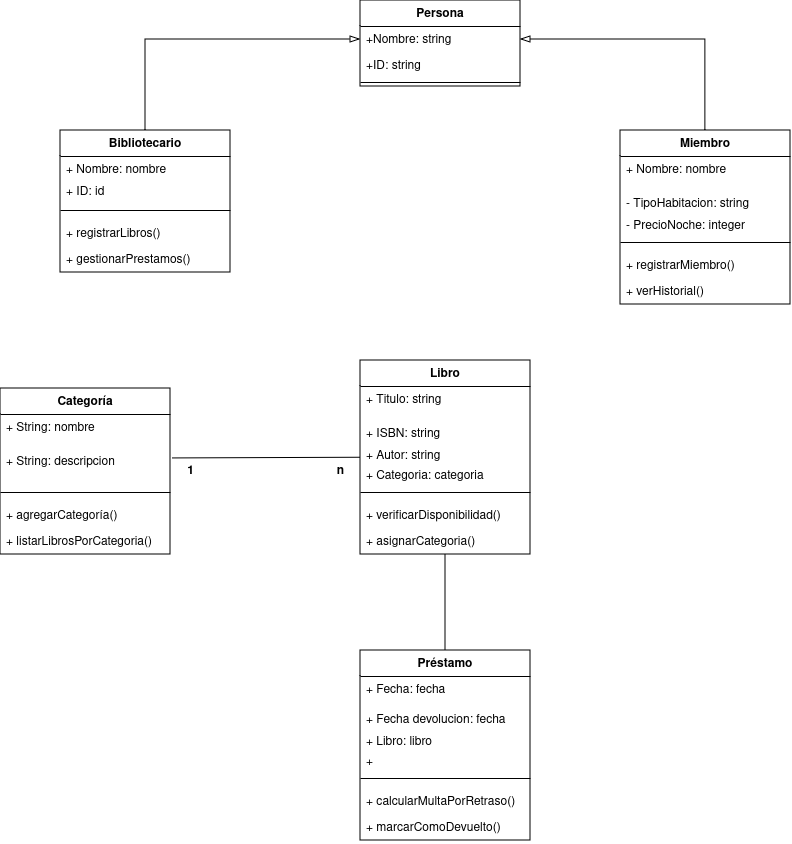
Above: Diagrama de clases 2.drawio.png in Cdiagal/Realizaci-n-del-diagrama-de-clases (draw.io), before the change. Source tidied: cells renumbered, new cells last; positions are measured from the earlier drawing's top-left corner, leaving out a move shared by most shapes.
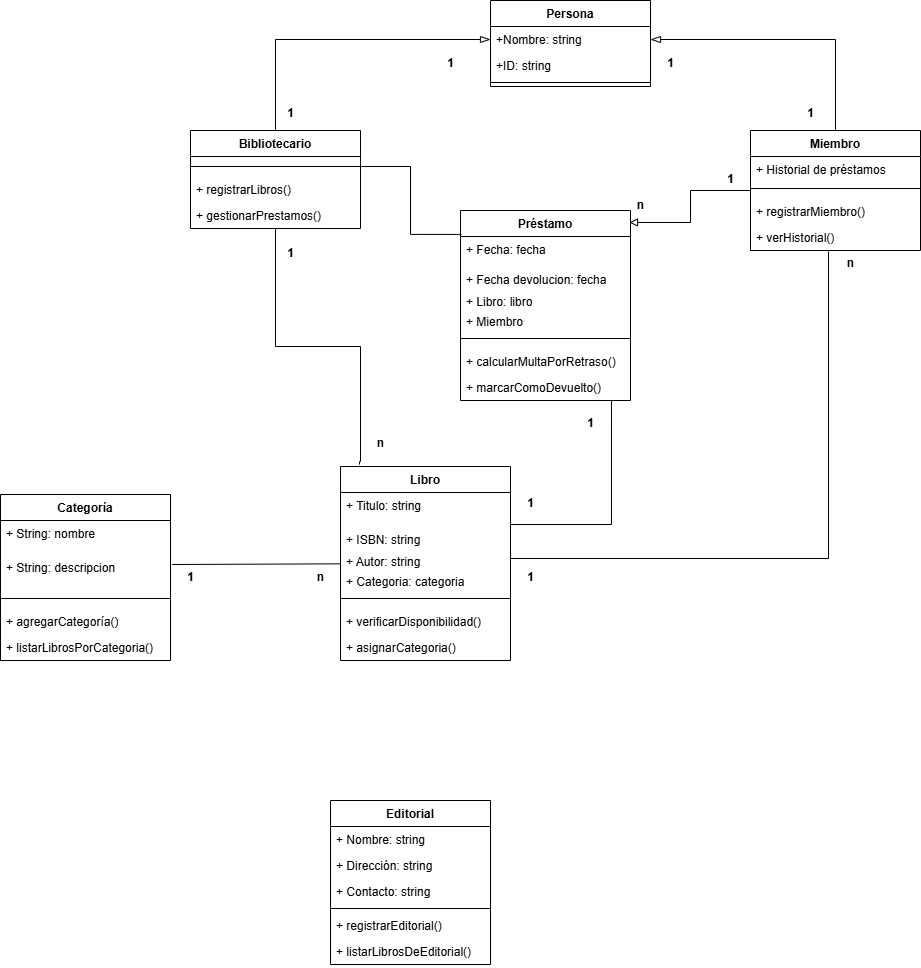
Later version of the same file.

What changed in the source:
```diff
@@ -3,7 +3,7 @@
     <mxCell id="0" />
     <mxCell id="1" parent="0" />
     <mxCell id="2" value="Libro" style="swimlane;fontStyle=1;align=center;verticalAlign=top;horizontal=1;startSize=26;whiteSpace=wrap;html=1;" parent="1" vertex="1">
-      <mxGeometry x="360" y="360" width="170" height="194" as="geometry" />
+      <mxGeometry x="210" y="466" width="170" height="194" as="geometry" />
     </mxCell>
     <mxCell id="3" value="+ Titulo: string" style="text;strokeColor=none;fillColor=none;align=left;verticalAlign=top;spacingLeft=4;spacingRight=4;overflow=hidden;whiteSpace=wrap;html=1;" parent="2" vertex="1">
       <mxGeometry y="26" width="170" height="34" as="geometry" />
@@ -27,28 +27,22 @@
       <mxGeometry y="168" width="170" height="26" as="geometry" />
     </mxCell>
     <mxCell id="10" value="Miembro" style="swimlane;fontStyle=1;align=center;verticalAlign=top;horizontal=1;startSize=26;whiteSpace=wrap;html=1;" parent="1" vertex="1">
-      <mxGeometry x="620" y="130" width="170" height="174" as="geometry" />
+      <mxGeometry x="620" y="130" width="170" height="120" as="geometry" />
     </mxCell>
-    <mxCell id="11" value="+ Nombre: nombre" style="text;strokeColor=none;fillColor=none;align=left;verticalAlign=top;spacingLeft=4;spacingRight=4;overflow=hidden;whiteSpace=wrap;html=1;" parent="10" vertex="1">
-      <mxGeometry y="26" width="170" height="34" as="geometry" />
-    </mxCell>
-    <mxCell id="12" value="- TipoHabitacion: string" style="text;strokeColor=none;fillColor=none;align=left;verticalAlign=top;spacingLeft=4;spacingRight=4;overflow=hidden;whiteSpace=wrap;html=1;" parent="10" vertex="1">
-      <mxGeometry y="60" width="170" height="22" as="geometry" />
+    <mxCell id="12" value="+ Historial de préstamos" style="text;strokeColor=none;fillColor=none;align=left;verticalAlign=top;spacingLeft=4;spacingRight=4;overflow=hidden;whiteSpace=wrap;html=1;" parent="10" vertex="1">
+      <mxGeometry y="26" width="170" height="22" as="geometry" />
     </mxCell>
-    <mxCell id="13" value="- PrecioNoche: integer" style="text;strokeColor=none;fillColor=none;align=left;verticalAlign=top;spacingLeft=4;spacingRight=4;overflow=hidden;whiteSpace=wrap;html=1;" parent="10" vertex="1">
-      <mxGeometry y="82" width="170" height="20" as="geometry" />
-    </mxCell>
     <mxCell id="14" style="line;strokeWidth=1;fillColor=none;align=left;verticalAlign=middle;spacingTop=-1;spacingLeft=3;spacingRight=3;labelPosition=right;strokeColor=inherit;" parent="10" vertex="1">
-      <mxGeometry y="102" width="170" height="20" as="geometry" />
+      <mxGeometry y="48" width="170" height="20" as="geometry" />
     </mxCell>
     <mxCell id="15" value="+ registrarMiembro()" style="text;strokeColor=none;fillColor=none;align=left;verticalAlign=top;spacingLeft=4;spacingRight=4;overflow=hidden;whiteSpace=wrap;html=1;" parent="10" vertex="1">
-      <mxGeometry y="122" width="170" height="26" as="geometry" />
+      <mxGeometry y="68" width="170" height="26" as="geometry" />
     </mxCell>
     <mxCell id="16" value="+ verHistorial()" style="text;strokeColor=none;fillColor=none;align=left;verticalAlign=top;spacingLeft=4;spacingRight=4;overflow=hidden;points=[[0,0.5],[1,0.5]];portConstraint=eastwest;whiteSpace=wrap;html=1;" parent="10" vertex="1">
-      <mxGeometry y="148" width="170" height="26" as="geometry" />
+      <mxGeometry y="94" width="170" height="26" as="geometry" />
     </mxCell>
     <mxCell id="17" value="Préstamo" style="swimlane;fontStyle=1;align=center;verticalAlign=top;horizontal=1;startSize=26;whiteSpace=wrap;html=1;" parent="1" vertex="1">
-      <mxGeometry x="360" y="650" width="170" height="190" as="geometry" />
+      <mxGeometry x="330" y="210" width="170" height="190" as="geometry" />
     </mxCell>
     <mxCell id="18" value="&lt;div&gt;+ Fecha: fecha&lt;br&gt;&lt;/div&gt;&lt;div&gt;&lt;br&gt;&lt;/div&gt;" style="text;strokeColor=none;fillColor=none;align=left;verticalAlign=top;spacingLeft=4;spacingRight=4;overflow=hidden;whiteSpace=wrap;html=1;" parent="17" vertex="1">
       <mxGeometry y="26" width="170" height="30" as="geometry" />
@@ -59,7 +53,7 @@
     <mxCell id="20" value="+ Libro: libro" style="text;strokeColor=none;fillColor=none;align=left;verticalAlign=top;spacingLeft=4;spacingRight=4;overflow=hidden;whiteSpace=wrap;html=1;" parent="17" vertex="1">
       <mxGeometry y="78" width="170" height="20" as="geometry" />
     </mxCell>
-    <mxCell id="21" value="+" style="text;strokeColor=none;fillColor=none;align=left;verticalAlign=top;spacingLeft=4;spacingRight=4;overflow=hidden;whiteSpace=wrap;html=1;" parent="17" vertex="1">
+    <mxCell id="21" value="+ Miembro" style="text;strokeColor=none;fillColor=none;align=left;verticalAlign=top;spacingLeft=4;spacingRight=4;overflow=hidden;whiteSpace=wrap;html=1;" parent="17" vertex="1">
       <mxGeometry y="98" width="170" height="20" as="geometry" />
     </mxCell>
     <mxCell id="22" style="line;strokeWidth=1;fillColor=none;align=left;verticalAlign=middle;spacingTop=-1;spacingLeft=3;spacingRight=3;labelPosition=right;strokeColor=inherit;" parent="17" vertex="1">
@@ -75,25 +69,30 @@
       <mxGeometry relative="1" as="geometry" />
     </mxCell>
     <mxCell id="26" value="Bibliotecario" style="swimlane;fontStyle=1;align=center;verticalAlign=top;horizontal=1;startSize=26;whiteSpace=wrap;html=1;" parent="1" vertex="1">
-      <mxGeometry x="60" y="130" width="170" height="142" as="geometry" />
+      <mxGeometry x="60" y="130" width="170" height="98" as="geometry" />
     </mxCell>
-    <mxCell id="27" value="&lt;div&gt;+ Nombre: nombre&lt;/div&gt;&lt;div&gt;&lt;br&gt;&lt;/div&gt;" style="text;strokeColor=none;fillColor=none;align=left;verticalAlign=top;spacingLeft=4;spacingRight=4;overflow=hidden;whiteSpace=wrap;html=1;" parent="26" vertex="1">
-      <mxGeometry y="26" width="170" height="22" as="geometry" />
-    </mxCell>
-    <mxCell id="28" value="+ ID: id" style="text;strokeColor=none;fillColor=none;align=left;verticalAlign=top;spacingLeft=4;spacingRight=4;overflow=hidden;whiteSpace=wrap;html=1;" parent="26" vertex="1">
-      <mxGeometry y="48" width="170" height="22" as="geometry" />
-    </mxCell>
     <mxCell id="29" style="line;strokeWidth=1;fillColor=none;align=left;verticalAlign=middle;spacingTop=-1;spacingLeft=3;spacingRight=3;labelPosition=right;points=[];portConstraint=eastwest;strokeColor=inherit;" parent="26" vertex="1">
-      <mxGeometry y="70" width="170" height="20" as="geometry" />
+      <mxGeometry y="26" width="170" height="20" as="geometry" />
     </mxCell>
     <mxCell id="30" value="+ registrarLibros()" style="text;strokeColor=none;fillColor=none;align=left;verticalAlign=top;spacingLeft=4;spacingRight=4;overflow=hidden;whiteSpace=wrap;html=1;" parent="26" vertex="1">
-      <mxGeometry y="90" width="170" height="26" as="geometry" />
+      <mxGeometry y="46" width="170" height="26" as="geometry" />
     </mxCell>
     <mxCell id="31" value="+ gestionarPrestamos()" style="text;strokeColor=none;fillColor=none;align=left;verticalAlign=top;spacingLeft=4;spacingRight=4;overflow=hidden;whiteSpace=wrap;html=1;" parent="26" vertex="1">
-      <mxGeometry y="116" width="170" height="26" as="geometry" />
+      <mxGeometry y="72" width="170" height="26" as="geometry" />
     </mxCell>
+    <mxCell id="47" style="edgeStyle=orthogonalEdgeStyle;rounded=0;jettySize=auto;html=1;entryX=0.5;entryY=1.038;entryDx=0;entryDy=0;entryPerimeter=0;endArrow=none;endFill=0;exitX=0.112;exitY=-0.01;exitDx=0;exitDy=0;exitPerimeter=0;" parent="1" edge="1" source="2">
+      <mxGeometry relative="1" as="geometry">
+        <mxPoint x="145" y="228" as="targetPoint" />
+        <Array as="points">
+          <mxPoint x="229" y="461" />
+          <mxPoint x="230" y="461" />
+          <mxPoint x="230" y="346" />
+          <mxPoint x="145" y="346" />
+        </Array>
+      </mxGeometry>
+    </mxCell>
     <mxCell id="32" value="Categoría" style="swimlane;fontStyle=1;align=center;verticalAlign=top;horizontal=1;startSize=26;whiteSpace=wrap;html=1;" parent="1" vertex="1">
-      <mxGeometry y="388" width="170" height="166" as="geometry" />
+      <mxGeometry x="-130" y="494" width="170" height="166" as="geometry" />
     </mxCell>
     <mxCell id="33" value="+ String: nombre" style="text;strokeColor=none;fillColor=none;align=left;verticalAlign=top;spacingLeft=4;spacingRight=4;overflow=hidden;whiteSpace=wrap;html=1;" parent="32" vertex="1">
       <mxGeometry y="26" width="170" height="34" as="geometry" />
@@ -110,17 +109,17 @@
     <mxCell id="37" value="+ listarLibrosPorCategoria()" style="text;strokeColor=none;fillColor=none;align=left;verticalAlign=top;spacingLeft=4;spacingRight=4;overflow=hidden;whiteSpace=wrap;html=1;" parent="32" vertex="1">
       <mxGeometry y="140" width="170" height="26" as="geometry" />
     </mxCell>
-    <mxCell id="38" style="edgeStyle=none;curved=1;rounded=0;jettySize=auto;html=1;fontSize=12;startSize=8;endSize=8;endArrow=none;endFill=0;" parent="1" edge="1" source="9" target="17">
+    <mxCell id="38" style="edgeStyle=orthogonalEdgeStyle;rounded=0;jettySize=auto;html=1;fontSize=12;startSize=8;endSize=8;endArrow=none;endFill=0;entryX=0.888;entryY=1;entryDx=0;entryDy=0;entryPerimeter=0;exitX=1;exitY=-0.091;exitDx=0;exitDy=0;exitPerimeter=0;" parent="1" edge="1" source="4" target="24">
       <mxGeometry relative="1" as="geometry" />
     </mxCell>
     <mxCell id="39" style="edgeStyle=none;curved=1;rounded=0;jettySize=auto;html=1;fontSize=12;startSize=8;endSize=8;endArrow=none;endFill=0;exitX=1.01;exitY=0.294;exitDx=0;exitDy=0;exitPerimeter=0;" parent="1" edge="1" source="34" target="2">
       <mxGeometry relative="1" as="geometry" />
     </mxCell>
     <mxCell id="40" value="n" style="text;align=center;fontStyle=1;verticalAlign=middle;spacingLeft=3;spacingRight=3;strokeColor=none;html=1;" parent="1" vertex="1">
-      <mxGeometry x="300" y="458" width="80" height="26" as="geometry" />
+      <mxGeometry x="150" y="564" width="80" height="26" as="geometry" />
     </mxCell>
     <mxCell id="41" value="1" style="text;align=center;fontStyle=1;verticalAlign=middle;spacingLeft=3;spacingRight=3;strokeColor=none;html=1;" parent="1" vertex="1">
-      <mxGeometry x="150" y="458" width="80" height="26" as="geometry" />
+      <mxGeometry x="20" y="564" width="80" height="26" as="geometry" />
     </mxCell>
     <mxCell id="42" value="Persona" style="swimlane;fontStyle=1;align=center;verticalAlign=top;horizontal=1;startSize=26;whiteSpace=wrap;html=1;" parent="1" vertex="1">
       <mxGeometry x="360" width="160" height="86" as="geometry" />
@@ -137,5 +136,71 @@
     <mxCell id="46" style="edgeStyle=orthogonalEdgeStyle;rounded=0;jettySize=auto;html=1;exitX=0.5;exitY=0;exitDx=0;exitDy=0;fontSize=12;startSize=8;endSize=8;entryX=1;entryY=0.5;entryDx=0;entryDy=0;endArrow=blockThin;endFill=0;" parent="1" edge="1" source="10" target="43">
       <mxGeometry relative="1" as="geometry" />
     </mxCell>
+    <mxCell id="48" value="n" style="text;align=center;fontStyle=1;verticalAlign=middle;spacingLeft=3;spacingRight=3;strokeColor=none;html=1;" parent="1" vertex="1">
+      <mxGeometry x="210" y="430" width="80" height="26" as="geometry" />
+    </mxCell>
+    <mxCell id="49" value="1" style="text;align=center;fontStyle=1;verticalAlign=middle;spacingLeft=3;spacingRight=3;strokeColor=none;html=1;" parent="1" vertex="1">
+      <mxGeometry x="120" y="240" width="80" height="26" as="geometry" />
+    </mxCell>
+    <mxCell id="50" style="edgeStyle=orthogonalEdgeStyle;rounded=0;jettySize=auto;html=1;entryX=1;entryY=0.5;entryDx=0;entryDy=0;exitX=0.459;exitY=1.038;exitDx=0;exitDy=0;exitPerimeter=0;endArrow=none;endFill=0;" parent="1" edge="1" source="16" target="5">
+      <mxGeometry relative="1" as="geometry" />
+    </mxCell>
+    <mxCell id="51" style="edgeStyle=orthogonalEdgeStyle;rounded=0;jettySize=auto;html=1;entryX=0.994;entryY=0.063;entryDx=0;entryDy=0;endArrow=block;endFill=0;exitX=0;exitY=0.5;exitDx=0;exitDy=0;entryPerimeter=0;" parent="1" edge="1" source="10" target="17">
+      <mxGeometry relative="1" as="geometry" />
+    </mxCell>
+    <mxCell id="52" value="1" style="text;align=center;fontStyle=1;verticalAlign=middle;spacingLeft=3;spacingRight=3;strokeColor=none;html=1;" parent="1" vertex="1">
+      <mxGeometry x="560" y="166" width="80" height="26" as="geometry" />
+    </mxCell>
+    <mxCell id="53" value="n" style="text;align=center;fontStyle=1;verticalAlign=middle;spacingLeft=3;spacingRight=3;strokeColor=none;html=1;" parent="1" vertex="1">
+      <mxGeometry x="470" y="192" width="80" height="26" as="geometry" />
+    </mxCell>
+    <mxCell id="54" value="1" style="text;align=center;fontStyle=1;verticalAlign=middle;spacingLeft=3;spacingRight=3;strokeColor=none;html=1;" parent="1" vertex="1">
+      <mxGeometry x="360" y="490" width="80" height="26" as="geometry" />
+    </mxCell>
+    <mxCell id="55" value="1" style="text;align=center;fontStyle=1;verticalAlign=middle;spacingLeft=3;spacingRight=3;strokeColor=none;html=1;" parent="1" vertex="1">
+      <mxGeometry x="360" y="564" width="80" height="26" as="geometry" />
+    </mxCell>
+    <mxCell id="56" value="n" style="text;align=center;fontStyle=1;verticalAlign=middle;spacingLeft=3;spacingRight=3;strokeColor=none;html=1;" parent="1" vertex="1">
+      <mxGeometry x="680" y="250" width="80" height="26" as="geometry" />
+    </mxCell>
+    <mxCell id="57" value="1" style="text;align=center;fontStyle=1;verticalAlign=middle;spacingLeft=3;spacingRight=3;strokeColor=none;html=1;" parent="1" vertex="1">
+      <mxGeometry x="420" y="410" width="80" height="26" as="geometry" />
+    </mxCell>
+    <mxCell id="58" style="edgeStyle=orthogonalEdgeStyle;rounded=0;jettySize=auto;html=1;entryX=0.006;entryY=0.126;entryDx=0;entryDy=0;entryPerimeter=0;endArrow=none;endFill=0;" parent="1" edge="1" source="29" target="17">
+      <mxGeometry relative="1" as="geometry" />
+    </mxCell>
+    <mxCell id="59" value="1" style="text;align=center;fontStyle=1;verticalAlign=middle;spacingLeft=3;spacingRight=3;strokeColor=none;html=1;" parent="1" vertex="1">
+      <mxGeometry x="500" y="50" width="80" height="26" as="geometry" />
+    </mxCell>
+    <mxCell id="60" value="1" style="text;align=center;fontStyle=1;verticalAlign=middle;spacingLeft=3;spacingRight=3;strokeColor=none;html=1;" parent="1" vertex="1">
+      <mxGeometry x="640" y="100" width="80" height="26" as="geometry" />
+    </mxCell>
+    <mxCell id="61" value="1" style="text;align=center;fontStyle=1;verticalAlign=middle;spacingLeft=3;spacingRight=3;strokeColor=none;html=1;" parent="1" vertex="1">
+      <mxGeometry x="120" y="100" width="80" height="26" as="geometry" />
+    </mxCell>
+    <mxCell id="62" value="1" style="text;align=center;fontStyle=1;verticalAlign=middle;spacingLeft=3;spacingRight=3;strokeColor=none;html=1;" parent="1" vertex="1">
+      <mxGeometry x="280" y="50" width="80" height="26" as="geometry" />
+    </mxCell>
+    <mxCell id="63" value="Editorial" style="swimlane;fontStyle=1;align=center;verticalAlign=top;horizontal=1;startSize=26;whiteSpace=wrap;html=1;" parent="1" vertex="1">
+      <mxGeometry x="200" y="800" width="160" height="164" as="geometry" />
+    </mxCell>
+    <mxCell id="64" value="+ Nombre: string" style="text;strokeColor=none;fillColor=none;align=left;verticalAlign=top;spacingLeft=4;spacingRight=4;overflow=hidden;whiteSpace=wrap;html=1;" parent="63" vertex="1">
+      <mxGeometry y="26" width="160" height="26" as="geometry" />
+    </mxCell>
+    <mxCell id="65" value="+ Dirección: string" style="text;strokeColor=none;fillColor=none;align=left;verticalAlign=top;spacingLeft=4;spacingRight=4;overflow=hidden;whiteSpace=wrap;html=1;" parent="63" vertex="1">
+      <mxGeometry y="52" width="160" height="26" as="geometry" />
+    </mxCell>
+    <mxCell id="66" value="+ Contacto: string" style="text;strokeColor=none;fillColor=none;align=left;verticalAlign=top;spacingLeft=4;spacingRight=4;overflow=hidden;whiteSpace=wrap;html=1;" parent="63" vertex="1">
+      <mxGeometry y="78" width="160" height="26" as="geometry" />
+    </mxCell>
+    <mxCell id="67" style="line;strokeWidth=1;fillColor=none;align=left;verticalAlign=middle;spacingTop=-1;spacingLeft=3;spacingRight=3;labelPosition=right;strokeColor=inherit;" parent="63" vertex="1">
+      <mxGeometry y="104" width="160" height="8" as="geometry" />
+    </mxCell>
+    <mxCell id="68" value="+ registrarEditorial()" style="text;strokeColor=none;fillColor=none;align=left;verticalAlign=top;spacingLeft=4;spacingRight=4;overflow=hidden;whiteSpace=wrap;html=1;" parent="63" vertex="1">
+      <mxGeometry y="112" width="160" height="26" as="geometry" />
+    </mxCell>
+    <mxCell id="69" value="+ listarLibrosDeEditorial()" style="text;strokeColor=none;fillColor=none;align=left;verticalAlign=top;spacingLeft=4;spacingRight=4;overflow=hidden;whiteSpace=wrap;html=1;" parent="63" vertex="1">
+      <mxGeometry y="138" width="160" height="26" as="geometry" />
+    </mxCell>
   </root>
 </mxGraphModel>
```
